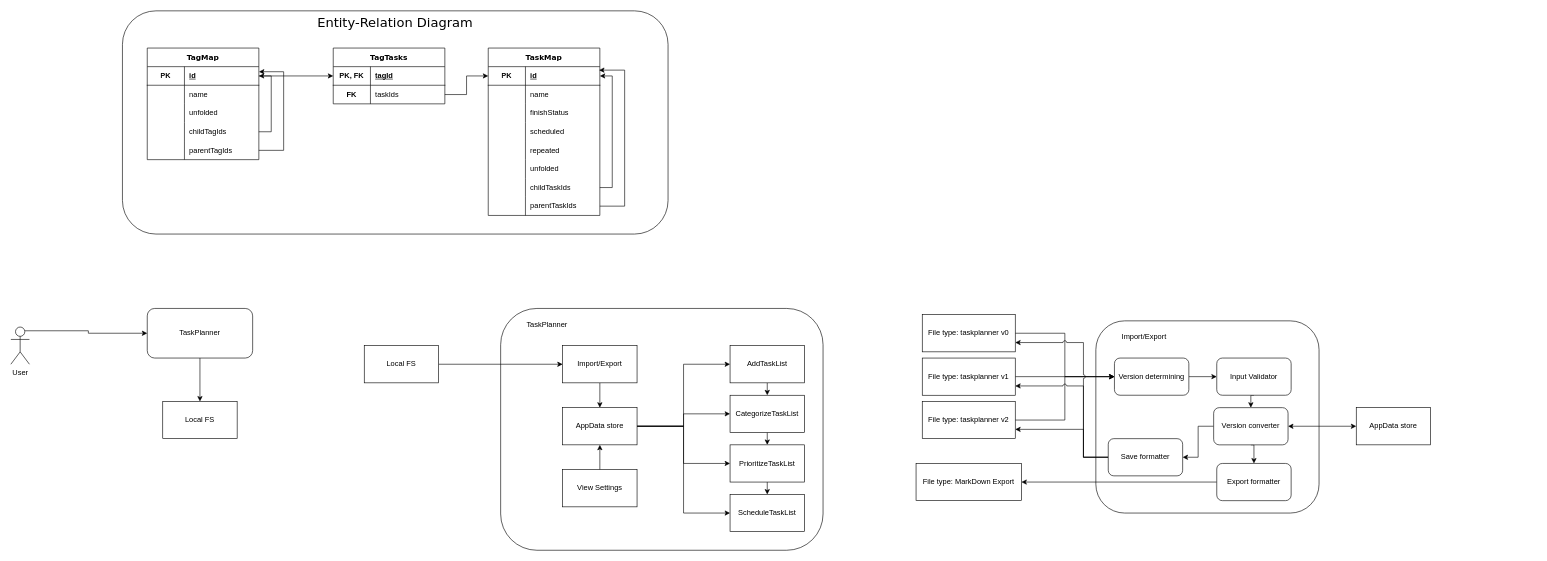
This is docs/Diagrams.drawio from ElmoreV/TaskPlanner_javareact, a draw.io file, before an edit. Source tidied: cells renumbered, new cells numbered last; positions are measured from the earlier drawing's top-left corner, leaving out a move shared by most shapes. Both pictures are drawn from the tidied source at 62%, with x=0, y=0 at pixel (11, 11).
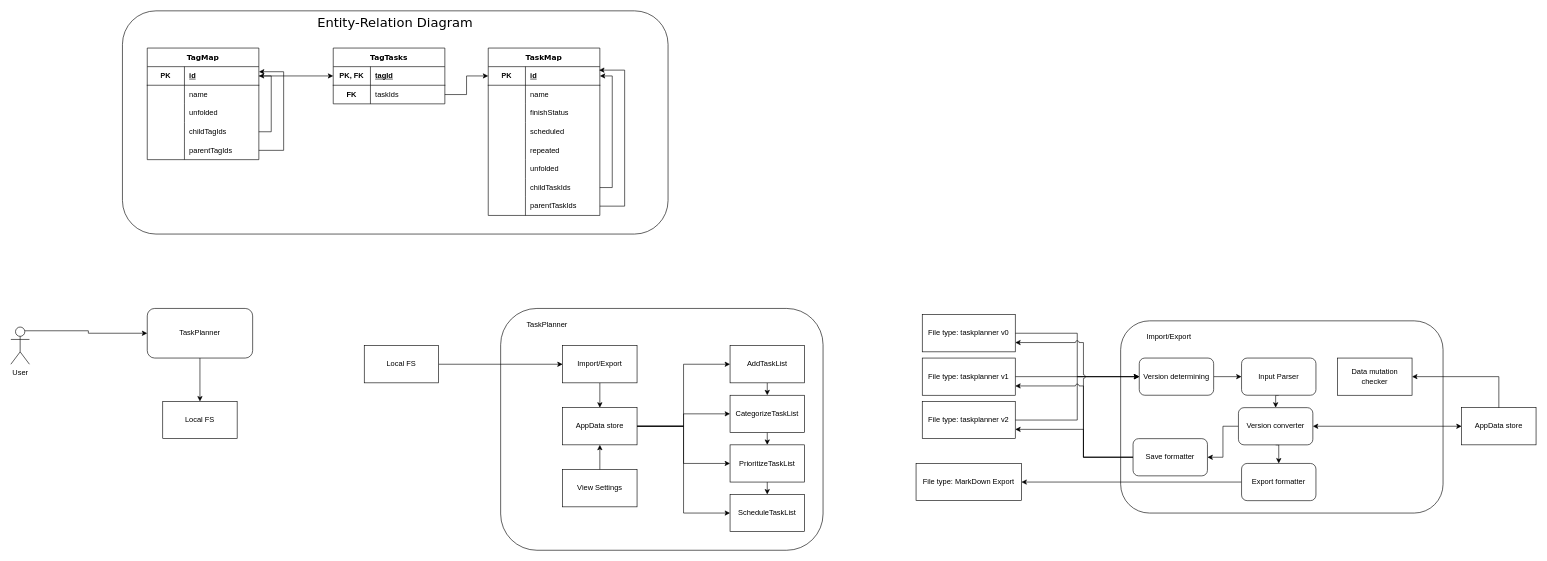
The same diagram, later.

The edit, as a diff of the source:
```diff
@@
     <mxCell id="74" value="&lt;blockquote&gt;Import/Export&lt;/blockquote&gt;" style="rounded=1;whiteSpace=wrap;html=1;verticalAlign=top;align=left;" parent="1" vertex="1">
-      <mxGeometry x="1750" y="500" width="360" height="310" as="geometry" />
+      <mxGeometry x="1790" y="500" width="520" height="310" as="geometry" />
     </mxCell>
@@
-    <mxCell id="76" value="Input Validator" style="rounded=1;whiteSpace=wrap;html=1;" parent="1" vertex="1">
-      <mxGeometry x="1945" y="560" width="120" height="60" as="geometry" />
+    <mxCell id="76" value="Input Parser" style="rounded=1;whiteSpace=wrap;html=1;" parent="1" vertex="1">
+      <mxGeometry x="1985" y="560" width="120" height="60" as="geometry" />
     </mxCell>
@@
     <mxCell id="78" value="Export formatter" style="rounded=1;whiteSpace=wrap;html=1;" parent="1" vertex="1">
-      <mxGeometry x="1945" y="730" width="120" height="60" as="geometry" />
+      <mxGeometry x="1985" y="730" width="120" height="60" as="geometry" />
     </mxCell>
@@
     <mxCell id="82" value="Version converter" style="rounded=1;whiteSpace=wrap;html=1;" parent="1" vertex="1">
-      <mxGeometry x="1940" y="640" width="120" height="60" as="geometry" />
+      <mxGeometry x="1980" y="640" width="120" height="60" as="geometry" />
     </mxCell>
@@
     <mxCell id="95" value="AppData store" style="rounded=0;whiteSpace=wrap;html=1;" parent="1" vertex="1">
-      <mxGeometry x="2170" y="640" width="120" height="60" as="geometry" />
+      <mxGeometry x="2340" y="640" width="120" height="60" as="geometry" />
     </mxCell>
@@
     <mxCell id="97" value="Version determining" style="rounded=1;whiteSpace=wrap;html=1;" parent="1" vertex="1">
-      <mxGeometry x="1780" y="560" width="120" height="60" as="geometry" />
+      <mxGeometry x="1820" y="560" width="120" height="60" as="geometry" />
     </mxCell>
@@
     <mxCell id="101" value="Save formatter" style="rounded=1;whiteSpace=wrap;html=1;" parent="1" vertex="1">
-      <mxGeometry x="1770" y="690" width="120" height="60" as="geometry" />
+      <mxGeometry x="1810" y="690" width="120" height="60" as="geometry" />
     </mxCell>
@@
+    <mxCell id="104" style="edgeStyle=orthogonalEdgeStyle;rounded=0;jettySize=auto;html=1;exitX=1;exitY=0.5;exitDx=0;exitDy=0;entryX=0.5;entryY=0;entryDx=0;entryDy=0;endArrow=none;startFill=1;startArrow=classic;" parent="1" edge="1" source="105" target="95">
+      <mxGeometry relative="1" as="geometry" />
+    </mxCell>
+    <mxCell id="105" value="Data mutation checker" style="rounded=0;whiteSpace=wrap;html=1;" parent="1" vertex="1">
+      <mxGeometry x="2140" y="560" width="120" height="60" as="geometry" />
+    </mxCell>
```
